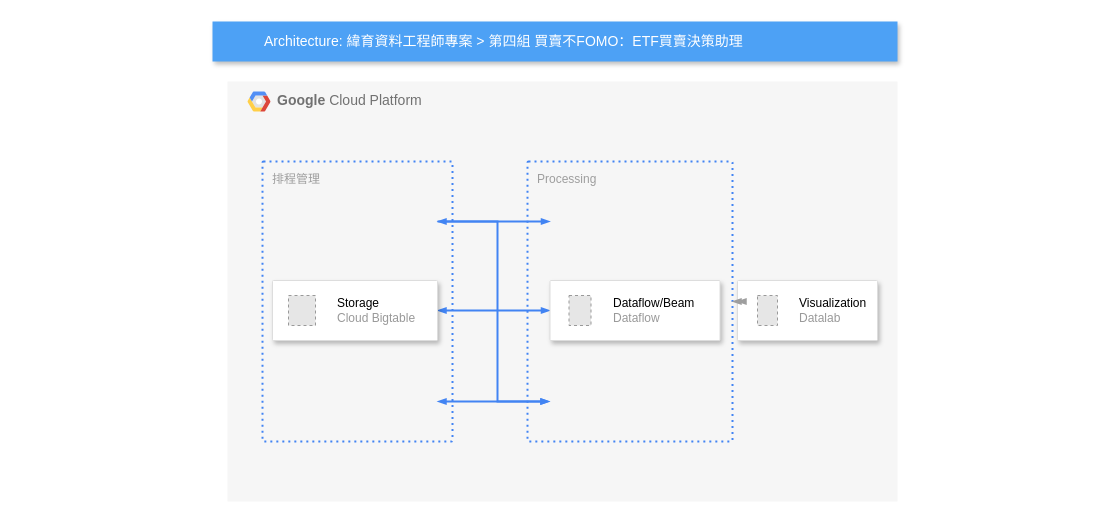
The draw.io diagram vo.drawio in JeremyJHAO/diagramss, before the edit. Source tidied: cells renumbered, new cells numbered last; positions are measured from the earlier drawing's top-left corner, leaving out a move shared by most shapes. Both pictures are drawn from the tidied source at 100%, with x=0, y=0 at pixel (212, 21). Pictures stored in the file or linked from it are replaced by grey dashed boxes.
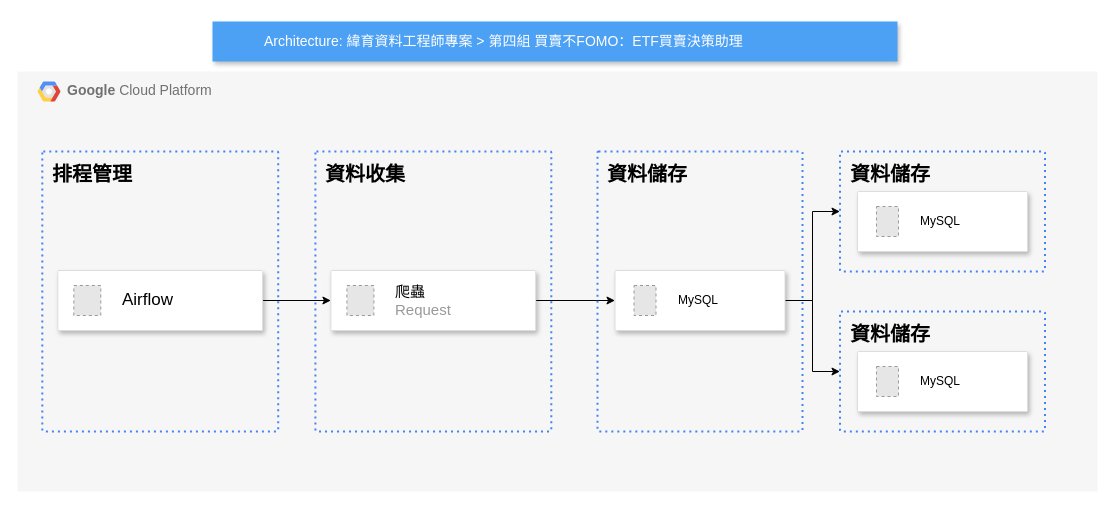
After the change.

Change to the diagram source:
```diff
@@
     <mxCell id="2" value="&lt;b&gt;Google &lt;/b&gt;Cloud Platform" style="fillColor=#F6F6F6;strokeColor=none;shadow=0;gradientColor=none;fontSize=14;align=left;spacing=10;fontColor=#717171;9E9E9E;verticalAlign=top;spacingTop=-4;fontStyle=0;spacingLeft=40;html=1;" parent="1" vertex="1">
-      <mxGeometry x="15" y="60" width="670" height="420" as="geometry" />
+      <mxGeometry x="-195" y="50" width="1080" height="420" as="geometry" />
     </mxCell>
@@
-    <mxCell id="4" style="strokeColor=#dddddd;shadow=1;strokeWidth=1;rounded=1;absoluteArcSize=1;arcSize=2;" parent="2" vertex="1">
-      <mxGeometry x="510" y="199" width="140" height="60" as="geometry" />
-    </mxCell>
-    <mxCell id="5" value="&lt;font color=&quot;#000000&quot;&gt;Visualization&lt;/font&gt;&lt;br&gt;Datalab" style="fillColor=#E6E6E6;strokeColor=#999999;dashed=1;html=1;fontColor=#999999;verticalLabelPosition=middle;verticalAlign=middle;labelPosition=right;align=left;spacingLeft=20;" parent="4" vertex="1">
-      <mxGeometry width="20" height="30" relative="1" as="geometry">
-        <mxPoint x="20" y="15" as="offset" />
-      </mxGeometry>
-    </mxCell>
+    <mxCell id="7" value="&lt;font style=&quot;font-size: 20px; color: rgb(0, 0, 0);&quot;&gt;&lt;b&gt;排程管理&lt;/b&gt;&lt;/font&gt;" style="rounded=1;absoluteArcSize=1;arcSize=2;html=1;strokeColor=#4284F3;gradientColor=none;shadow=0;dashed=1;fontSize=12;fontColor=#9E9E9E;align=left;verticalAlign=top;spacing=10;spacingTop=-4;fillColor=none;dashPattern=1 2;strokeWidth=2;" parent="2" vertex="1">
+      <mxGeometry x="24.8" y="80" width="235.9" height="280" as="geometry" />
+    </mxCell>
+    <mxCell id="18" style="edgeStyle=orthogonalEdgeStyle;rounded=0;jettySize=auto;html=1;exitX=1;exitY=0.5;exitDx=0;exitDy=0;entryX=0;entryY=0.5;entryDx=0;entryDy=0;" parent="2" edge="1" source="19" target="23">
+      <mxGeometry relative="1" as="geometry" />
+    </mxCell>
+    <mxCell id="19" style="strokeColor=#dddddd;shadow=1;strokeWidth=1;rounded=1;absoluteArcSize=1;arcSize=2;" parent="2" vertex="1">
+      <mxGeometry x="40.3" y="199" width="204.8" height="60" as="geometry" />
+    </mxCell>
+    <mxCell id="20" value="&lt;font style=&quot;font-size: 17px;&quot; color=&quot;#000000&quot;&gt;Airflow&lt;/font&gt;" style="fillColor=#E6E6E6;strokeColor=#999999;dashed=1;html=1;fontColor=#999999;verticalLabelPosition=middle;verticalAlign=middle;labelPosition=right;align=left;spacingLeft=20;" parent="19" vertex="1">
+      <mxGeometry width="27" height="30" relative="1" as="geometry">
+        <mxPoint x="16" y="15" as="offset" />
+      </mxGeometry>
+    </mxCell>
+    <mxCell id="21" value="&lt;font style=&quot;font-size: 20px; color: rgb(0, 0, 0);&quot;&gt;&lt;b&gt;資料收集&lt;/b&gt;&lt;/font&gt;" style="rounded=1;absoluteArcSize=1;arcSize=2;html=1;strokeColor=#4284F3;gradientColor=none;shadow=0;dashed=1;fontSize=12;fontColor=#9E9E9E;align=left;verticalAlign=top;spacing=10;spacingTop=-4;fillColor=none;dashPattern=1 2;strokeWidth=2;" parent="2" vertex="1">
+      <mxGeometry x="297.9" y="80" width="235.9" height="280" as="geometry" />
+    </mxCell>
+    <mxCell id="22" style="edgeStyle=orthogonalEdgeStyle;rounded=0;jettySize=auto;html=1;exitX=1;exitY=0.5;exitDx=0;exitDy=0;entryX=0;entryY=0.5;entryDx=0;entryDy=0;" parent="2" edge="1" source="23" target="16">
+      <mxGeometry relative="1" as="geometry" />
+    </mxCell>
+    <mxCell id="23" style="strokeColor=#dddddd;shadow=1;strokeWidth=1;rounded=1;absoluteArcSize=1;arcSize=2;" parent="2" vertex="1">
+      <mxGeometry x="313.4" y="199" width="204.8" height="60" as="geometry" />
+    </mxCell>
+    <mxCell id="24" value="&lt;font style=&quot;font-size: 15px;&quot;&gt;&lt;font style=&quot;&quot; color=&quot;#000000&quot;&gt;爬蟲&lt;/font&gt;&lt;br&gt;Request&lt;/font&gt;" style="fillColor=#E6E6E6;strokeColor=#999999;dashed=1;html=1;fontColor=#999999;verticalLabelPosition=middle;verticalAlign=middle;labelPosition=right;align=left;spacingLeft=20;" parent="23" vertex="1">
+      <mxGeometry width="27" height="30" relative="1" as="geometry">
+        <mxPoint x="16" y="15" as="offset" />
+      </mxGeometry>
+    </mxCell>
-    <mxCell id="6" value="Processing" style="rounded=1;absoluteArcSize=1;arcSize=2;html=1;strokeColor=#4284F3;gradientColor=none;shadow=0;dashed=1;fontSize=12;fontColor=#9E9E9E;align=left;verticalAlign=top;spacing=10;spacingTop=-4;fillColor=none;dashPattern=1 2;strokeWidth=2;" parent="1" vertex="1">
-      <mxGeometry x="315" y="140" width="205" height="280" as="geometry" />
+    <mxCell id="6" value="&lt;font style=&quot;color: rgb(0, 0, 0); font-size: 20px;&quot;&gt;&lt;b&gt;資料儲存&lt;/b&gt;&lt;/font&gt;" style="rounded=1;absoluteArcSize=1;arcSize=2;html=1;strokeColor=#4284F3;gradientColor=none;shadow=0;dashed=1;fontSize=12;fontColor=#9E9E9E;align=left;verticalAlign=top;spacing=10;spacingTop=-4;fillColor=none;dashPattern=1 2;strokeWidth=2;" parent="2" vertex="1">
+      <mxGeometry x="580" y="80" width="205" height="280" as="geometry" />
     </mxCell>
-    <mxCell id="7" value="排程管理" style="rounded=1;absoluteArcSize=1;arcSize=2;html=1;strokeColor=#4284F3;gradientColor=none;shadow=0;dashed=1;fontSize=12;fontColor=#9E9E9E;align=left;verticalAlign=top;spacing=10;spacingTop=-4;fillColor=none;dashPattern=1 2;strokeWidth=2;" parent="1" vertex="1">
-      <mxGeometry x="50" y="140" width="190" height="280" as="geometry" />
-    </mxCell>
-    <mxCell id="8" value="Architecture: 緯育資料工程師專案 &amp;gt; 第四組&amp;nbsp;&lt;span style=&quot;background-color: transparent;&quot;&gt;買賣不FOMO：&lt;/span&gt;&lt;span style=&quot;background-color: transparent; color: light-dark(rgb(255, 255, 255), rgb(18, 18, 18));&quot;&gt;ETF買賣決策助理&lt;/span&gt;" style="fillColor=#4DA1F5;strokeColor=none;shadow=1;gradientColor=none;fontSize=14;align=left;spacingLeft=50;fontColor=#ffffff;html=1;" parent="1" vertex="1">
-      <mxGeometry width="685" height="40" as="geometry" />
-    </mxCell>
-    <mxCell id="9" style="edgeStyle=orthogonalEdgeStyle;rounded=0;html=1;labelBackgroundColor=none;startFill=1;startSize=4;endArrow=blockThin;endFill=1;endSize=4;jettySize=auto;strokeColor=#4284F3;strokeWidth=2;fontSize=12;fontColor=#000000;align=center;dashed=0;startArrow=blockThin;" parent="1" edge="1" source="14" target="16">
-      <mxGeometry relative="1" as="geometry" />
-    </mxCell>
-    <mxCell id="10" style="edgeStyle=orthogonalEdgeStyle;rounded=0;html=1;labelBackgroundColor=none;startFill=1;startSize=4;endArrow=blockThin;endFill=1;endSize=4;jettySize=auto;orthogonalLoop=1;strokeColor=#4284F3;strokeWidth=2;fontSize=12;fontColor=#000000;align=center;dashed=0;startArrow=blockThin;" parent="1" edge="1">
-      <mxGeometry relative="1" as="geometry">
-        <mxPoint x="225" y="380" as="sourcePoint" />
-        <mxPoint x="337" y="380" as="targetPoint" />
-      </mxGeometry>
-    </mxCell>
-    <mxCell id="11" style="edgeStyle=orthogonalEdgeStyle;rounded=0;html=1;labelBackgroundColor=none;startFill=1;startSize=4;endArrow=blockThin;endFill=1;endSize=4;jettySize=auto;strokeColor=#9E9E9E;strokeWidth=2;fontSize=12;fontColor=#000000;align=center;dashed=0;startArrow=blockThin;" parent="1" edge="1" source="6" target="4">
-      <mxGeometry relative="1" as="geometry">
-        <Array as="points">
-          <mxPoint x="540" y="290" />
-          <mxPoint x="540" y="290" />
-        </Array>
-      </mxGeometry>
-    </mxCell>
-    <mxCell id="12" style="edgeStyle=orthogonalEdgeStyle;rounded=0;html=1;labelBackgroundColor=none;startFill=1;startSize=4;endArrow=blockThin;endFill=1;endSize=4;jettySize=auto;orthogonalLoop=1;strokeColor=#4284F3;strokeWidth=2;fontSize=12;fontColor=#000000;align=center;dashed=0;" parent="1" edge="1">
-      <mxGeometry relative="1" as="geometry">
-        <mxPoint x="225" y="200" as="sourcePoint" />
-        <mxPoint x="337.5" y="200" as="targetPoint" />
-      </mxGeometry>
-    </mxCell>
-    <mxCell id="13" style="edgeStyle=orthogonalEdgeStyle;rounded=0;html=1;labelBackgroundColor=none;startFill=1;startSize=4;endArrow=blockThin;endFill=1;endSize=4;jettySize=auto;orthogonalLoop=1;strokeColor=#4284F3;strokeWidth=2;fontSize=12;fontColor=#000000;align=center;dashed=0;startArrow=blockThin;" parent="1" edge="1">
-      <mxGeometry relative="1" as="geometry">
-        <mxPoint x="225" y="200" as="sourcePoint" />
-        <mxPoint x="337" y="380" as="targetPoint" />
-        <Array as="points">
-          <mxPoint x="285" y="200" />
-          <mxPoint x="285" y="380" />
-        </Array>
-      </mxGeometry>
-    </mxCell>
-    <mxCell id="14" style="strokeColor=#dddddd;shadow=1;strokeWidth=1;rounded=1;absoluteArcSize=1;arcSize=2;" parent="1" vertex="1">
-      <mxGeometry x="60" y="259" width="165" height="60" as="geometry" />
-    </mxCell>
-    <mxCell id="15" value="&lt;font color=&quot;#000000&quot;&gt;Storage&lt;/font&gt;&lt;br&gt;Cloud Bigtable" style="fillColor=#E6E6E6;strokeColor=#999999;dashed=1;html=1;fontColor=#999999;verticalLabelPosition=middle;verticalAlign=middle;labelPosition=right;align=left;spacingLeft=20;" parent="14" vertex="1">
-      <mxGeometry width="27" height="30" relative="1" as="geometry">
-        <mxPoint x="16" y="15" as="offset" />
-      </mxGeometry>
-    </mxCell>
+    <mxCell id="25" style="edgeStyle=orthogonalEdgeStyle;rounded=0;jettySize=auto;html=1;exitX=1;exitY=0.5;exitDx=0;exitDy=0;entryX=0;entryY=0.5;entryDx=0;entryDy=0;" parent="2" edge="1" source="16" target="27">
+      <mxGeometry relative="1" as="geometry" />
+    </mxCell>
+    <mxCell id="26" style="edgeStyle=orthogonalEdgeStyle;rounded=0;jettySize=auto;html=1;entryX=0;entryY=0.5;entryDx=0;entryDy=0;" parent="2" edge="1" source="16" target="30">
+      <mxGeometry relative="1" as="geometry" />
+    </mxCell>
-    <mxCell id="16" style="strokeColor=#dddddd;shadow=1;strokeWidth=1;rounded=1;absoluteArcSize=1;arcSize=2;" parent="1" vertex="1">
-      <mxGeometry x="337.5" y="259" width="170" height="60" as="geometry" />
+    <mxCell id="16" style="strokeColor=#dddddd;shadow=1;strokeWidth=1;rounded=1;absoluteArcSize=1;arcSize=2;" parent="2" vertex="1">
+      <mxGeometry x="597.5" y="199" width="170" height="60" as="geometry" />
     </mxCell>
-    <mxCell id="17" value="&lt;font color=&quot;#000000&quot;&gt;Dataflow/Beam&lt;/font&gt;&lt;br&gt;Dataflow" style="fillColor=#E6E6E6;strokeColor=#999999;dashed=1;html=1;fontColor=#999999;verticalLabelPosition=middle;verticalAlign=middle;labelPosition=right;align=left;spacingLeft=20;" parent="16" vertex="1">
+    <mxCell id="17" value="&lt;font color=&quot;#000000&quot;&gt;MySQL&lt;/font&gt;" style="fillColor=#E6E6E6;strokeColor=#999999;dashed=1;html=1;fontColor=#999999;verticalLabelPosition=middle;verticalAlign=middle;labelPosition=right;align=left;spacingLeft=20;" parent="16" vertex="1">
       <mxGeometry width="22" height="30" relative="1" as="geometry">
         <mxPoint x="19" y="15" as="offset" />
       </mxGeometry>
     </mxCell>
+    <mxCell id="27" value="&lt;font style=&quot;color: rgb(0, 0, 0); font-size: 20px;&quot;&gt;&lt;b&gt;資料儲存&lt;/b&gt;&lt;/font&gt;" style="rounded=1;absoluteArcSize=1;arcSize=2;html=1;strokeColor=#4284F3;gradientColor=none;shadow=0;dashed=1;fontSize=12;fontColor=#9E9E9E;align=left;verticalAlign=top;spacing=10;spacingTop=-4;fillColor=none;dashPattern=1 2;strokeWidth=2;" parent="2" vertex="1">
+      <mxGeometry x="822.5" y="80" width="205" height="120" as="geometry" />
+    </mxCell>
+    <mxCell id="28" style="strokeColor=#dddddd;shadow=1;strokeWidth=1;rounded=1;absoluteArcSize=1;arcSize=2;" parent="2" vertex="1">
+      <mxGeometry x="840" y="120" width="170" height="60" as="geometry" />
+    </mxCell>
+    <mxCell id="29" value="&lt;font color=&quot;#000000&quot;&gt;MySQL&lt;/font&gt;" style="fillColor=#E6E6E6;strokeColor=#999999;dashed=1;html=1;fontColor=#999999;verticalLabelPosition=middle;verticalAlign=middle;labelPosition=right;align=left;spacingLeft=20;" parent="28" vertex="1">
+      <mxGeometry width="22" height="30" relative="1" as="geometry">
+        <mxPoint x="19" y="15" as="offset" />
+      </mxGeometry>
+    </mxCell>
+    <mxCell id="30" value="&lt;font style=&quot;color: rgb(0, 0, 0); font-size: 20px;&quot;&gt;&lt;b&gt;資料儲存&lt;/b&gt;&lt;/font&gt;" style="rounded=1;absoluteArcSize=1;arcSize=2;html=1;strokeColor=#4284F3;gradientColor=none;shadow=0;dashed=1;fontSize=12;fontColor=#9E9E9E;align=left;verticalAlign=top;spacing=10;spacingTop=-4;fillColor=none;dashPattern=1 2;strokeWidth=2;" parent="2" vertex="1">
+      <mxGeometry x="822.5" y="240" width="205" height="120" as="geometry" />
+    </mxCell>
+    <mxCell id="31" style="strokeColor=#dddddd;shadow=1;strokeWidth=1;rounded=1;absoluteArcSize=1;arcSize=2;" parent="2" vertex="1">
+      <mxGeometry x="840" y="280" width="170" height="60" as="geometry" />
+    </mxCell>
+    <mxCell id="32" value="&lt;font color=&quot;#000000&quot;&gt;MySQL&lt;/font&gt;" style="fillColor=#E6E6E6;strokeColor=#999999;dashed=1;html=1;fontColor=#999999;verticalLabelPosition=middle;verticalAlign=middle;labelPosition=right;align=left;spacingLeft=20;" parent="31" vertex="1">
+      <mxGeometry width="22" height="30" relative="1" as="geometry">
+        <mxPoint x="19" y="15" as="offset" />
+      </mxGeometry>
+    </mxCell>
+    <mxCell id="8" value="Architecture: 緯育資料工程師專案 &amp;gt; 第四組&amp;nbsp;&lt;span style=&quot;background-color: transparent;&quot;&gt;買賣不FOMO：&lt;/span&gt;&lt;span style=&quot;background-color: transparent; color: light-dark(rgb(255, 255, 255), rgb(18, 18, 18));&quot;&gt;ETF買賣決策助理&lt;/span&gt;" style="fillColor=#4DA1F5;strokeColor=none;shadow=1;gradientColor=none;fontSize=14;align=left;spacingLeft=50;fontColor=#ffffff;html=1;" parent="1" vertex="1">
+      <mxGeometry width="685" height="40" as="geometry" />
+    </mxCell>
```
